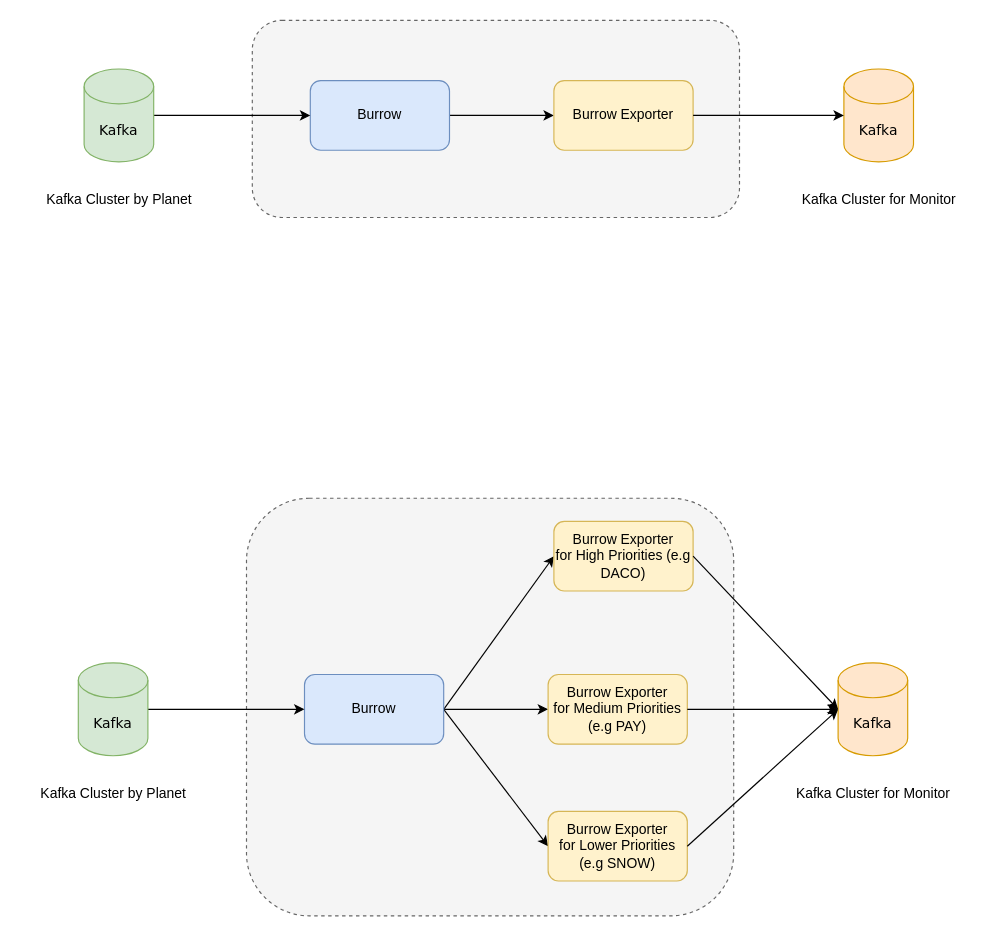
Earlier version of the draw.io diagram burrow-exporter-multiple-deployments.drawio (jiangtao7/draw.io). Source tidied: cells renumbered, new cells numbered last; positions are measured from the earlier drawing's top-left corner, leaving out a move shared by most shapes. Both pictures are drawn from the tidied source at 116%, with x=0, y=0 at pixel (26, 20). Pictures stored in the file or linked from it are replaced by grey dashed boxes.
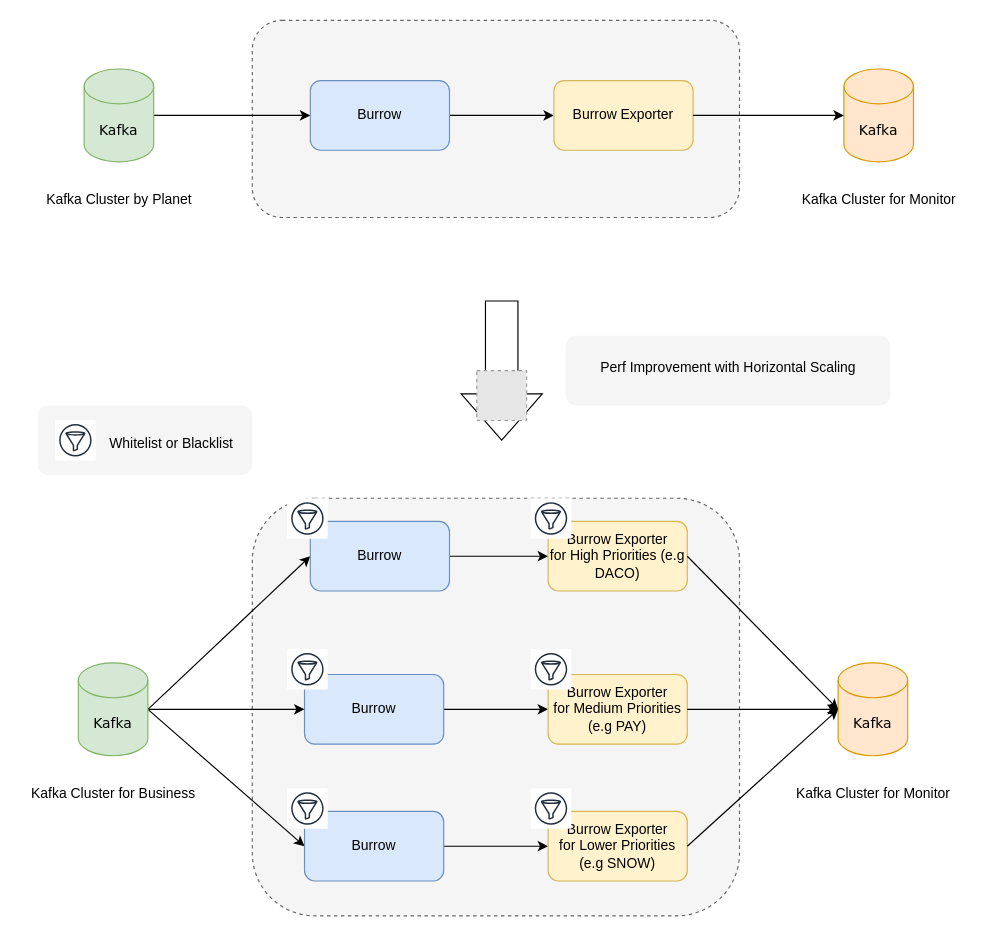
Above is the later version.

Unchanged cells that the change refers to:
```xml
<mxCell id="16" value="Burrow" style="rounded=1;whiteSpace=wrap;html=1;fillColor=#dae8fc;strokeColor=#6c8ebf;" parent="1" vertex="1">
  <mxGeometry x="240" y="564" width="120" height="60" as="geometry" />
</mxCell>
<mxCell id="18" value="Kafka" style="shape=cylinder3;whiteSpace=wrap;html=1;boundedLbl=1;backgroundOutline=1;size=15;fontFamily=Verdana;fillColor=#d5e8d4;strokeColor=#82b366;" parent="1" vertex="1">
  <mxGeometry x="45" y="554" width="60" height="80" as="geometry" />
</mxCell>
<mxCell id="25" value="Burrow Exporter&lt;br&gt;for Lower Priorities (e.g SNOW)" style="rounded=1;whiteSpace=wrap;html=1;fillColor=#fff2cc;strokeColor=#d6b656;" parent="1" vertex="1">
  <mxGeometry x="450" y="682" width="120" height="60" as="geometry" />
</mxCell>
```

The edit, as a diff of the source:
```diff
@@
+    <mxCell id="28" style="rounded=1;whiteSpace=wrap;html=1;strokeColor=none;fillColor=#f5f5f5;fontColor=#333333;" parent="1" vertex="1">
+      <mxGeometry x="465" y="272" width="280" height="60" as="geometry" />
+    </mxCell>
+    <mxCell id="29" style="rounded=1;whiteSpace=wrap;html=1;strokeColor=none;fillColor=#f5f5f5;fontColor=#333333;" parent="1" vertex="1">
+      <mxGeometry x="10" y="332" width="185" height="60" as="geometry" />
+    </mxCell>
@@
     <mxCell id="12" style="rounded=1;whiteSpace=wrap;html=1;dashed=1;fillColor=#f5f5f5;fontColor=#333333;strokeColor=#666666;" parent="1" vertex="1">
-      <mxGeometry x="190" y="412" width="420" height="360" as="geometry" />
+      <mxGeometry x="195" y="412" width="420" height="360" as="geometry" />
     </mxCell>
@@
-    <mxCell id="14" style="rounded=0;jettySize=auto;html=1;entryX=0;entryY=0.5;entryDx=0;entryDy=0;exitX=1;exitY=0.5;exitDx=0;exitDy=0;" parent="1" edge="1" source="16" target="24">
+    <mxCell id="14" style="rounded=0;jettySize=auto;html=1;entryX=0;entryY=0.5;entryDx=0;entryDy=0;exitX=1;exitY=0.5;exitDx=0;exitDy=0;" parent="1" edge="1" source="34" target="24">
       <mxGeometry relative="1" as="geometry" />
     </mxCell>
-    <mxCell id="15" style="rounded=0;jettySize=auto;html=1;entryX=0;entryY=0.5;entryDx=0;entryDy=0;exitX=1;exitY=0.5;exitDx=0;exitDy=0;" parent="1" edge="1" source="16" target="25">
+    <mxCell id="15" style="rounded=0;jettySize=auto;html=1;entryX=0;entryY=0.5;entryDx=0;entryDy=0;exitX=1;exitY=0.5;exitDx=0;exitDy=0;" parent="1" edge="1" source="35" target="25">
       <mxGeometry relative="1" as="geometry" />
     </mxCell>
@@
+    <mxCell id="30" style="rounded=0;jettySize=auto;html=1;entryX=0;entryY=0.5;entryDx=0;entryDy=0;exitX=1;exitY=0.5;exitDx=0;exitDy=0;exitPerimeter=0;" parent="1" edge="1" source="18" target="34">
+      <mxGeometry relative="1" as="geometry" />
+    </mxCell>
+    <mxCell id="31" style="rounded=0;jettySize=auto;html=1;entryX=0;entryY=0.5;entryDx=0;entryDy=0;exitX=1;exitY=0.5;exitDx=0;exitDy=0;exitPerimeter=0;" parent="1" edge="1" source="18" target="35">
+      <mxGeometry relative="1" as="geometry" />
+    </mxCell>
@@
-    <mxCell id="21" value="Kafka Cluster by Planet" style="text;html=1;align=center;verticalAlign=middle;strokeColor=none;fillColor=none;" parent="1" vertex="1">
-      <mxGeometry y="652" width="150" height="30" as="geometry" />
+    <mxCell id="21" value="Kafka Cluster for Business" style="text;html=1;align=center;verticalAlign=middle;strokeColor=none;fillColor=none;" parent="1" vertex="1">
+      <mxGeometry x="-5" y="652" width="160" height="30" as="geometry" />
     </mxCell>
@@
     <mxCell id="24" value="Burrow Exporter&lt;br&gt;for High Priorities (e.g DACO)" style="rounded=1;whiteSpace=wrap;html=1;fillColor=#fff2cc;strokeColor=#d6b656;" parent="1" vertex="1">
-      <mxGeometry x="455" y="432" width="120" height="60" as="geometry" />
+      <mxGeometry x="450" y="432" width="120" height="60" as="geometry" />
     </mxCell>
@@
+    <mxCell id="32" style="html=1;shadow=0;dashed=0;align=center;verticalAlign=middle;shape=mxgraph.arrows2.arrow;dy=0.6;dx=40;direction=south;notch=0;" parent="1" vertex="1">
+      <mxGeometry x="375" y="242" width="70" height="120" as="geometry" />
+    </mxCell>
+    <mxCell id="33" value="Perf Improvement with Horizontal Scaling" style="text;html=1;align=center;verticalAlign=middle;strokeColor=none;fillColor=none;" parent="1" vertex="1">
+      <mxGeometry x="485" y="284.5" width="240" height="30" as="geometry" />
+    </mxCell>
+    <mxCell id="34" value="Burrow" style="rounded=1;whiteSpace=wrap;html=1;fillColor=#dae8fc;strokeColor=#6c8ebf;" parent="1" vertex="1">
+      <mxGeometry x="245" y="432" width="120" height="60" as="geometry" />
+    </mxCell>
+    <mxCell id="35" value="Burrow" style="rounded=1;whiteSpace=wrap;html=1;fillColor=#dae8fc;strokeColor=#6c8ebf;" parent="1" vertex="1">
+      <mxGeometry x="240" y="682" width="120" height="60" as="geometry" />
+    </mxCell>
+    <mxCell id="36" style="sketch=0;fontColor=#232F3E;gradientColor=none;strokeColor=#232F3E;fillColor=#ffffff;dashed=0;verticalLabelPosition=bottom;verticalAlign=top;align=center;html=1;fontSize=12;fontStyle=0;shape=mxgraph.aws4.resourceIcon;resIcon=mxgraph.aws4.filtering_rule;" parent="1" vertex="1">
+      <mxGeometry x="435" y="662" width="35" height="35" as="geometry" />
+    </mxCell>
+    <mxCell id="37" style="sketch=0;fontColor=#232F3E;gradientColor=none;strokeColor=#232F3E;fillColor=#ffffff;dashed=0;verticalLabelPosition=bottom;verticalAlign=top;align=center;html=1;fontSize=12;fontStyle=0;shape=mxgraph.aws4.resourceIcon;resIcon=mxgraph.aws4.filtering_rule;" parent="1" vertex="1">
+      <mxGeometry x="435" y="412" width="35" height="35" as="geometry" />
+    </mxCell>
+    <mxCell id="38" style="sketch=0;fontColor=#232F3E;gradientColor=none;strokeColor=#232F3E;fillColor=#ffffff;dashed=0;verticalLabelPosition=bottom;verticalAlign=top;align=center;html=1;fontSize=12;fontStyle=0;shape=mxgraph.aws4.resourceIcon;resIcon=mxgraph.aws4.filtering_rule;" parent="1" vertex="1">
+      <mxGeometry x="225" y="662" width="35" height="35" as="geometry" />
+    </mxCell>
+    <mxCell id="39" style="sketch=0;fontColor=#232F3E;gradientColor=none;strokeColor=#232F3E;fillColor=#ffffff;dashed=0;verticalLabelPosition=bottom;verticalAlign=top;align=center;html=1;fontSize=12;fontStyle=0;shape=mxgraph.aws4.resourceIcon;resIcon=mxgraph.aws4.filtering_rule;" parent="1" vertex="1">
+      <mxGeometry x="225" y="412" width="35" height="35" as="geometry" />
+    </mxCell>
+    <mxCell id="40" style="sketch=0;fontColor=#232F3E;gradientColor=none;strokeColor=#232F3E;fillColor=#ffffff;dashed=0;verticalLabelPosition=bottom;verticalAlign=top;align=center;html=1;fontSize=12;fontStyle=0;shape=mxgraph.aws4.resourceIcon;resIcon=mxgraph.aws4.filtering_rule;" parent="1" vertex="1">
+      <mxGeometry x="225" y="542" width="35" height="35" as="geometry" />
+    </mxCell>
+    <mxCell id="41" style="sketch=0;fontColor=#232F3E;gradientColor=none;strokeColor=#232F3E;fillColor=#ffffff;dashed=0;verticalLabelPosition=bottom;verticalAlign=top;align=center;html=1;fontSize=12;fontStyle=0;shape=mxgraph.aws4.resourceIcon;resIcon=mxgraph.aws4.filtering_rule;" parent="1" vertex="1">
+      <mxGeometry x="435" y="542" width="35" height="35" as="geometry" />
+    </mxCell>
+    <mxCell id="42" style="sketch=0;fontColor=#232F3E;gradientColor=none;strokeColor=#232F3E;fillColor=#ffffff;dashed=0;verticalLabelPosition=bottom;verticalAlign=top;align=center;html=1;fontSize=12;fontStyle=0;shape=mxgraph.aws4.resourceIcon;resIcon=mxgraph.aws4.filtering_rule;" parent="1" vertex="1">
+      <mxGeometry x="25" y="344.5" width="35" height="35" as="geometry" />
+    </mxCell>
+    <mxCell id="43" value="Whitelist or Blacklist" style="text;html=1;align=center;verticalAlign=middle;strokeColor=none;fillColor=none;" parent="1" vertex="1">
+      <mxGeometry x="60" y="349.5" width="130" height="30" as="geometry" />
+    </mxCell>
+    <mxCell id="44" style="fillColor=#E6E6E6;strokeColor=#999999;dashed=1;html=1;verticalAlign=top;verticalLabelPosition=bottom;labelBackgroundColor=#ffffff;" parent="1" vertex="1">
+      <mxGeometry x="388.5" y="302" width="43" height="43" as="geometry" />
+    </mxCell>
```
